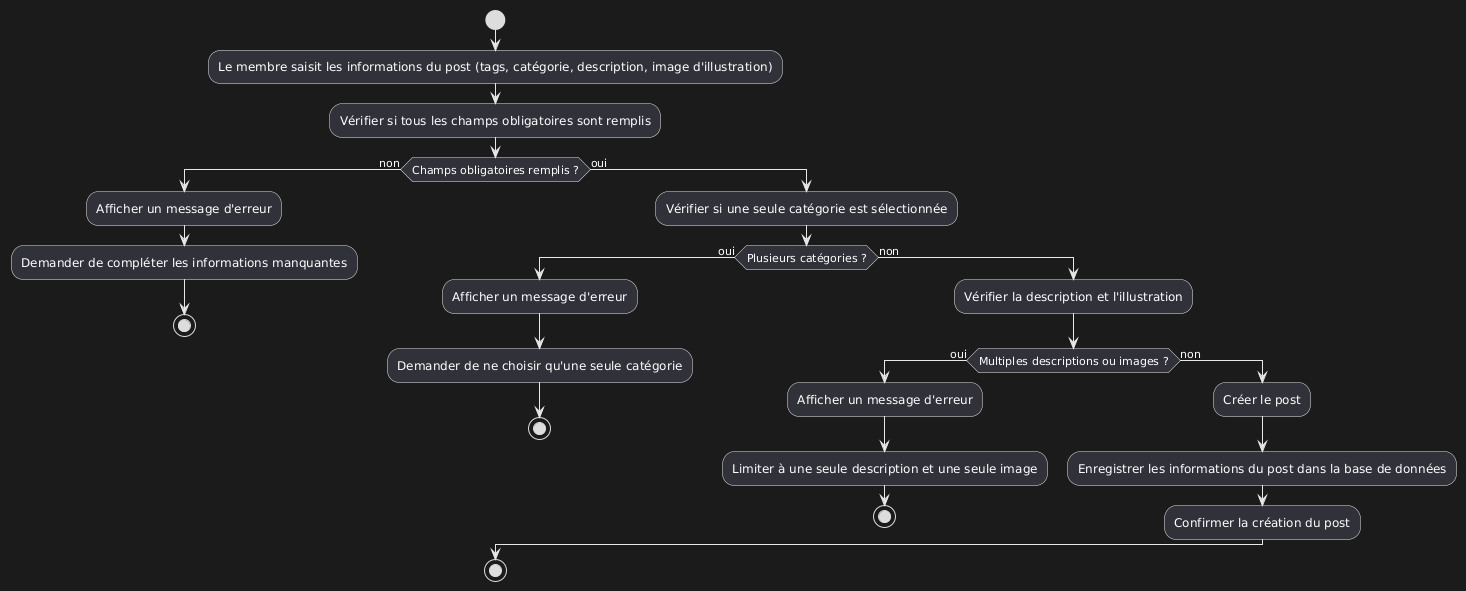
Above: Dossier_Technique/UML/diagram_d'activites/publication_post.png in manelbenhamouda/projets-CDA (PlantUML), before the change. Its diagram source:
```plantuml
@startuml
start
:Le membre saisit les informations du post (tags, catégorie, description, image d'illustration);
:Vérifier si tous les champs obligatoires sont remplis;
if (Champs obligatoires remplis ?) then (non)
  :Afficher un message d'erreur;
  :Demander de compléter les informations manquantes;
  stop
else (oui)
  :Vérifier si une seule catégorie est sélectionnée;
  if (Plusieurs catégories ?) then (oui)
    :Afficher un message d'erreur;
    :Demander de ne choisir qu'une seule catégorie;
    stop
  else (non)
    :Vérifier la description et l'illustration;
    if (Multiples descriptions ou images ?) then (oui)
      :Afficher un message d'erreur;
      :Limiter à une seule description et une seule image;
      stop
    else (non)
      :Créer le post;
      :Enregistrer les informations du post dans la base de données;
      :Confirmer la création du post;
    endif
  endif
endif
stop
@enduml
```
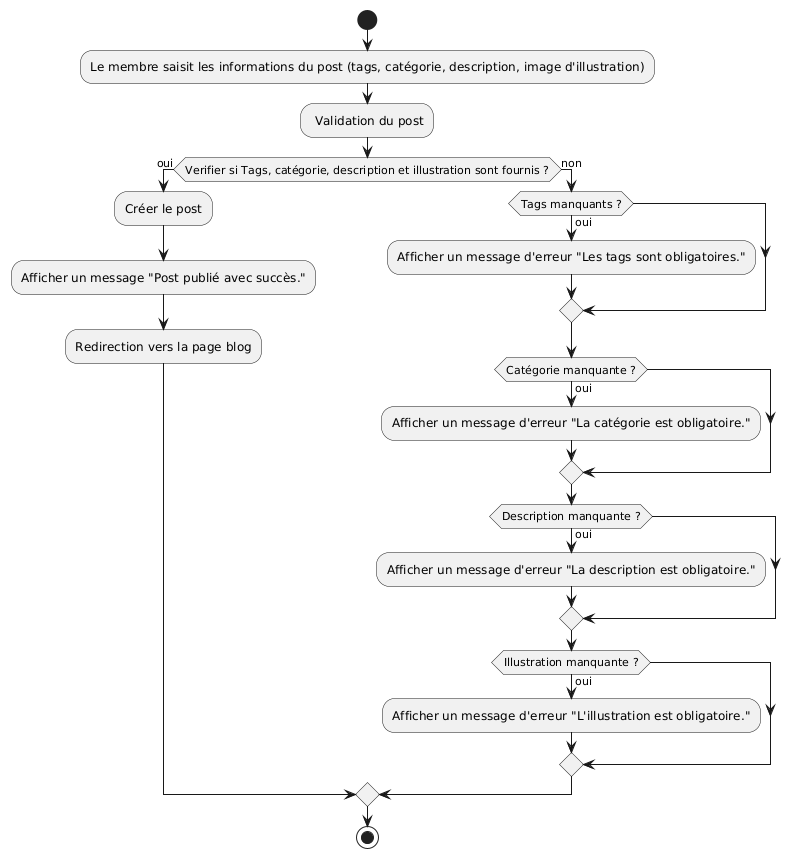
After the commit.

Change to the diagram source:
```diff
@@ -1,28 +1,24 @@
 @startuml
 start
 :Le membre saisit les informations du post (tags, catégorie, description, image d'illustration);
-:Vérifier si tous les champs obligatoires sont remplis;
-if (Champs obligatoires remplis ?) then (non)
-  :Afficher un message d'erreur;
-  :Demander de compléter les informations manquantes;
-  stop
-else (oui)
-  :Vérifier si une seule catégorie est sélectionnée;
-  if (Plusieurs catégories ?) then (oui)
-    :Afficher un message d'erreur;
-    :Demander de ne choisir qu'une seule catégorie;
-    stop
-  else (non)
-    :Vérifier la description et l'illustration;
-    if (Multiples descriptions ou images ?) then (oui)
-      :Afficher un message d'erreur;
-      :Limiter à une seule description et une seule image;
-      stop
-    else (non)
-      :Créer le post;
-      :Enregistrer les informations du post dans la base de données;
-      :Confirmer la création du post;
-    endif
+: Validation du post;
+
+if (Verifier si Tags, catégorie, description et illustration sont fournis ?) then (oui)
+  :Créer le post;
+  :Afficher un message "Post publié avec succès.";
+  :Redirection vers la page blog;
+else (non)
+  if (Tags manquants ?) then (oui)
+    :Afficher un message d'erreur "Les tags sont obligatoires.";
+  endif
+  if (Catégorie manquante ?) then (oui)
+    :Afficher un message d'erreur "La catégorie est obligatoire.";
+  endif
+  if (Description manquante ?) then (oui)
+    :Afficher un message d'erreur "La description est obligatoire.";
+  endif
+  if (Illustration manquante ?) then (oui)
+    :Afficher un message d'erreur "L'illustration est obligatoire.";
   endif
 endif
 stop
```
